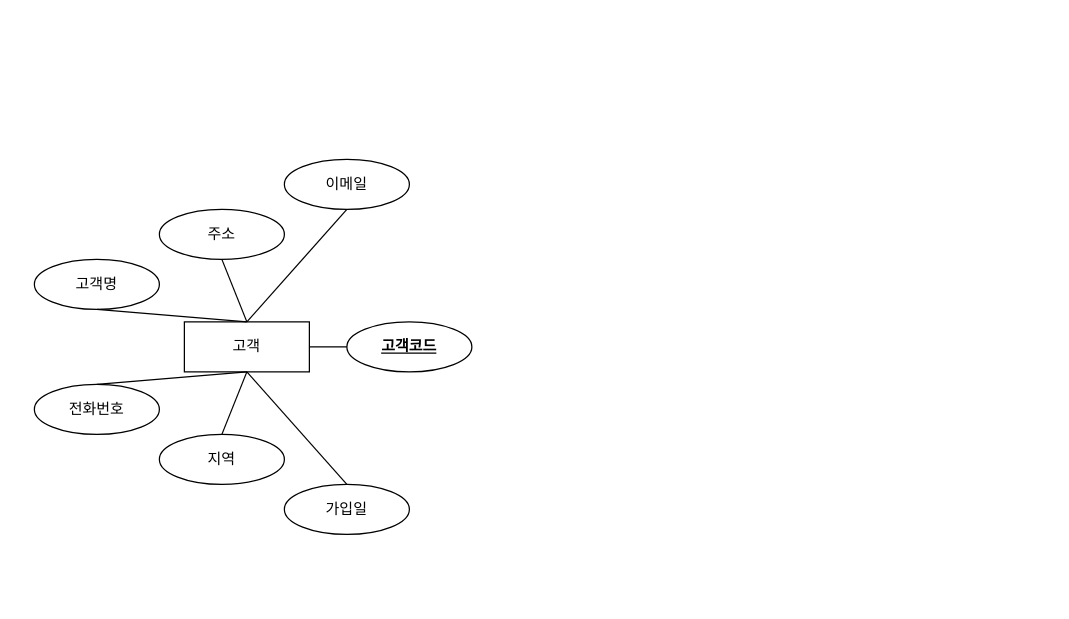
Earlier version of the draw.io diagram page "페이지-1" (1 of 2) of 제목 없는 다이어그램.drawio (jhch1116/ai8erd1). Source tidied: cells renumbered, new cells numbered last; positions are measured from the earlier drawing's top-left corner, leaving out a move shared by most shapes. Both pictures are drawn from the tidied source at 125%, with x=0, y=0 at pixel (34, 159).
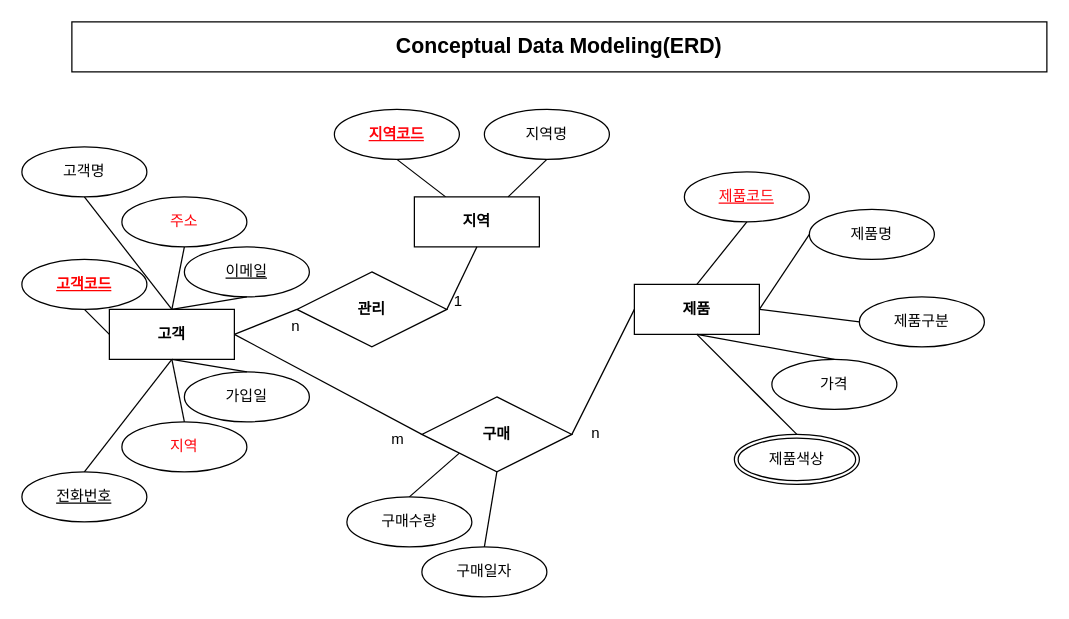
The same page after the edit.

Commit message:
제목 없는 다이어그램.drawio 업데이트

Diff of the diagram source:
```diff
@@
-    <mxCell id="2" value="고객" style="whiteSpace=wrap;html=1;align=center;" parent="1" vertex="1">
-      <mxGeometry x="120" y="130" width="100" height="40" as="geometry" />
+    <mxCell id="2" value="고객" style="whiteSpace=wrap;html=1;align=center;fontStyle=1;" parent="1" vertex="1">
+      <mxGeometry x="60" y="120" width="100" height="40" as="geometry" />
     </mxCell>
     <mxCell id="3" value="고객명" style="ellipse;whiteSpace=wrap;html=1;align=center;" parent="1" vertex="1">
-      <mxGeometry y="80" width="100" height="40" as="geometry" />
+      <mxGeometry x="-10" y="-10" width="100" height="40" as="geometry" />
     </mxCell>
@@
-    <mxCell id="5" value="주소&lt;br&gt;" style="ellipse;whiteSpace=wrap;html=1;align=center;" parent="1" vertex="1">
-      <mxGeometry x="100" y="40" width="100" height="40" as="geometry" />
+    <mxCell id="5" value="주소&lt;br&gt;" style="ellipse;whiteSpace=wrap;html=1;align=center;fontColor=#FF050D;" parent="1" vertex="1">
+      <mxGeometry x="70" y="30" width="100" height="40" as="geometry" />
     </mxCell>
-    <mxCell id="6" value="이메일&lt;br&gt;" style="ellipse;whiteSpace=wrap;html=1;align=center;" parent="1" vertex="1">
-      <mxGeometry x="200" width="100" height="40" as="geometry" />
+    <mxCell id="6" value="이메일&lt;br&gt;" style="ellipse;whiteSpace=wrap;html=1;align=center;fontStyle=4;" parent="1" vertex="1">
+      <mxGeometry x="120" y="70" width="100" height="40" as="geometry" />
     </mxCell>
-    <mxCell id="7" value="전화번호&lt;br&gt;" style="ellipse;whiteSpace=wrap;html=1;align=center;" parent="1" vertex="1">
-      <mxGeometry y="180" width="100" height="40" as="geometry" />
+    <mxCell id="7" value="전화번호&lt;br&gt;" style="ellipse;whiteSpace=wrap;html=1;align=center;fontStyle=4;" parent="1" vertex="1">
+      <mxGeometry x="-10" y="250" width="100" height="40" as="geometry" />
     </mxCell>
-    <mxCell id="8" value="지역&lt;br&gt;" style="ellipse;whiteSpace=wrap;html=1;align=center;" parent="1" vertex="1">
-      <mxGeometry x="100" y="220" width="100" height="40" as="geometry" />
+    <mxCell id="8" value="지역&lt;br&gt;" style="ellipse;whiteSpace=wrap;html=1;align=center;fontColor=#FF050D;" parent="1" vertex="1">
+      <mxGeometry x="70" y="210" width="100" height="40" as="geometry" />
     </mxCell>
     <mxCell id="9" value="가입일&lt;br&gt;" style="ellipse;whiteSpace=wrap;html=1;align=center;" parent="1" vertex="1">
-      <mxGeometry x="200" y="260" width="100" height="40" as="geometry" />
+      <mxGeometry x="120" y="170" width="100" height="40" as="geometry" />
     </mxCell>
@@
-    <mxCell id="11" style="endArrow=none;html=1;rounded=0;exitX=0.5;exitY=1;exitDx=0;exitDy=0;" parent="1" edge="1" source="6">
-      <mxGeometry relative="1" as="geometry">
-        <mxPoint x="170" y="130" as="targetPoint" />
-      </mxGeometry>
+    <mxCell id="11" style="endArrow=none;html=1;rounded=0;exitX=0.5;exitY=1;exitDx=0;exitDy=0;entryX=0.5;entryY=0;entryDx=0;entryDy=0;" parent="1" edge="1" source="6" target="2">
+      <mxGeometry relative="1" as="geometry" />
     </mxCell>
@@
-    <mxCell id="15" value="고객코드&lt;br&gt;" style="ellipse;whiteSpace=wrap;html=1;align=center;fontStyle=5;" parent="1" vertex="1">
-      <mxGeometry x="250" y="130" width="100" height="40" as="geometry" />
+    <mxCell id="15" value="고객코드&lt;br&gt;" style="ellipse;whiteSpace=wrap;html=1;align=center;fontStyle=5;fontColor=#ff0000;" parent="1" vertex="1">
+      <mxGeometry x="-10" y="80" width="100" height="40" as="geometry" />
     </mxCell>
-    <mxCell id="16" style="endArrow=none;html=1;rounded=0;exitX=1;exitY=0.5;exitDx=0;exitDy=0;entryX=0;entryY=0.5;entryDx=0;entryDy=0;" parent="1" edge="1" source="2" target="15">
+    <mxCell id="16" style="endArrow=none;html=1;rounded=0;exitX=0;exitY=0.5;exitDx=0;exitDy=0;entryX=0.5;entryY=1;entryDx=0;entryDy=0;" parent="1" edge="1" source="2" target="15">
       <mxGeometry relative="1" as="geometry" />
     </mxCell>
+    <mxCell id="17" style="endArrow=none;html=1;rounded=0;entryX=0.25;entryY=0;entryDx=0;entryDy=0;exitX=0.5;exitY=1;exitDx=0;exitDy=0;" parent="1" edge="1" source="20" target="18">
+      <mxGeometry relative="1" as="geometry" />
+    </mxCell>
+    <mxCell id="18" value="지역" style="whiteSpace=wrap;html=1;align=center;fontStyle=1;" parent="1" vertex="1">
+      <mxGeometry x="304" y="30" width="100" height="40" as="geometry" />
+    </mxCell>
+    <mxCell id="19" value="지역명&lt;br&gt;" style="ellipse;whiteSpace=wrap;html=1;align=center;" parent="1" vertex="1">
+      <mxGeometry x="360" y="-40" width="100" height="40" as="geometry" />
+    </mxCell>
+    <mxCell id="20" value="지역코드&lt;br&gt;" style="ellipse;whiteSpace=wrap;html=1;align=center;fontStyle=5;fontColor=#FF050D;" parent="1" vertex="1">
+      <mxGeometry x="240" y="-40" width="100" height="40" as="geometry" />
+    </mxCell>
+    <mxCell id="21" value="제품" style="whiteSpace=wrap;html=1;align=center;fontStyle=1;" parent="1" vertex="1">
+      <mxGeometry x="480" y="100" width="100" height="40" as="geometry" />
+    </mxCell>
+    <mxCell id="22" style="edgeStyle=orthogonalEdgeStyle;rounded=0;orthogonalLoop=1;jettySize=auto;html=1;exitX=0.5;exitY=1;exitDx=0;exitDy=0;" parent="1" edge="1" source="20" target="20">
+      <mxGeometry relative="1" as="geometry" />
+    </mxCell>
+    <mxCell id="23" style="endArrow=none;html=1;rounded=0;entryX=0.75;entryY=0;entryDx=0;entryDy=0;exitX=0.5;exitY=1;exitDx=0;exitDy=0;" parent="1" edge="1" source="19" target="18">
+      <mxGeometry relative="1" as="geometry" />
+    </mxCell>
+    <mxCell id="24" value="제품코드&lt;br&gt;" style="ellipse;whiteSpace=wrap;html=1;align=center;fontStyle=4;fontColor=#FF050D;" parent="1" vertex="1">
+      <mxGeometry x="520" y="10" width="100" height="40" as="geometry" />
+    </mxCell>
+    <mxCell id="25" value="제품명&lt;br&gt;" style="ellipse;whiteSpace=wrap;html=1;align=center;" parent="1" vertex="1">
+      <mxGeometry x="620" y="40" width="100" height="40" as="geometry" />
+    </mxCell>
+    <mxCell id="26" value="제품구분&lt;br&gt;" style="ellipse;whiteSpace=wrap;html=1;align=center;" parent="1" vertex="1">
+      <mxGeometry x="660" y="110" width="100" height="40" as="geometry" />
+    </mxCell>
+    <mxCell id="27" value="가격&lt;br&gt;" style="ellipse;whiteSpace=wrap;html=1;align=center;" parent="1" vertex="1">
+      <mxGeometry x="590" y="160" width="100" height="40" as="geometry" />
+    </mxCell>
+    <mxCell id="28" value="제품색상" style="ellipse;shape=doubleEllipse;margin=3;whiteSpace=wrap;html=1;align=center;" parent="1" vertex="1">
+      <mxGeometry x="560" y="220" width="100" height="40" as="geometry" />
+    </mxCell>
+    <mxCell id="29" style="endArrow=none;html=1;rounded=0;entryX=0.5;entryY=0;entryDx=0;entryDy=0;exitX=0.5;exitY=1;exitDx=0;exitDy=0;" parent="1" edge="1" source="24" target="21">
+      <mxGeometry relative="1" as="geometry" />
+    </mxCell>
+    <mxCell id="30" style="endArrow=none;html=1;rounded=0;entryX=1;entryY=0.5;entryDx=0;entryDy=0;exitX=0;exitY=0.5;exitDx=0;exitDy=0;" parent="1" edge="1" source="25" target="21">
+      <mxGeometry relative="1" as="geometry" />
+    </mxCell>
+    <mxCell id="31" style="endArrow=none;html=1;rounded=0;exitX=0.5;exitY=0;exitDx=0;exitDy=0;entryX=0.5;entryY=1;entryDx=0;entryDy=0;" parent="1" edge="1" source="28" target="21">
+      <mxGeometry relative="1" as="geometry" />
+    </mxCell>
+    <mxCell id="32" style="endArrow=none;html=1;rounded=0;exitX=0.5;exitY=0;exitDx=0;exitDy=0;entryX=0.5;entryY=1;entryDx=0;entryDy=0;" parent="1" edge="1" source="27" target="21">
+      <mxGeometry relative="1" as="geometry" />
+    </mxCell>
+    <mxCell id="33" style="endArrow=none;html=1;rounded=0;exitX=0;exitY=0.5;exitDx=0;exitDy=0;entryX=1;entryY=0.5;entryDx=0;entryDy=0;" parent="1" edge="1" source="26" target="21">
+      <mxGeometry relative="1" as="geometry" />
+    </mxCell>
+    <mxCell id="34" value="구매" style="shape=rhombus;perimeter=rhombusPerimeter;whiteSpace=wrap;html=1;align=center;fontStyle=1;" parent="1" vertex="1">
+      <mxGeometry x="310" y="190" width="120" height="60" as="geometry" />
+    </mxCell>
+    <mxCell id="35" value="구매수량&lt;br&gt;" style="ellipse;whiteSpace=wrap;html=1;align=center;" parent="1" vertex="1">
+      <mxGeometry x="250" y="270" width="100" height="40" as="geometry" />
+    </mxCell>
+    <mxCell id="36" value="구매일자&lt;br&gt;" style="ellipse;whiteSpace=wrap;html=1;align=center;" parent="1" vertex="1">
+      <mxGeometry x="310" y="310" width="100" height="40" as="geometry" />
+    </mxCell>
+    <mxCell id="37" style="endArrow=none;html=1;rounded=0;exitX=0.5;exitY=0;exitDx=0;exitDy=0;entryX=0;entryY=1;entryDx=0;entryDy=0;" parent="1" edge="1" source="35" target="34">
+      <mxGeometry relative="1" as="geometry" />
+    </mxCell>
+    <mxCell id="38" style="endArrow=none;html=1;rounded=0;exitX=0.5;exitY=0;exitDx=0;exitDy=0;entryX=0.5;entryY=1;entryDx=0;entryDy=0;" parent="1" edge="1" source="36" target="34">
+      <mxGeometry relative="1" as="geometry" />
+    </mxCell>
+    <mxCell id="39" style="endArrow=none;html=1;rounded=0;exitX=0;exitY=0.5;exitDx=0;exitDy=0;entryX=1;entryY=0.5;entryDx=0;entryDy=0;" parent="1" edge="1" source="34" target="2">
+      <mxGeometry relative="1" as="geometry" />
+    </mxCell>
+    <mxCell id="40" style="endArrow=none;html=1;rounded=0;exitX=1;exitY=0.5;exitDx=0;exitDy=0;entryX=0;entryY=0.5;entryDx=0;entryDy=0;" parent="1" edge="1" source="34" target="21">
+      <mxGeometry relative="1" as="geometry" />
+    </mxCell>
+    <mxCell id="41" value="관리" style="shape=rhombus;perimeter=rhombusPerimeter;whiteSpace=wrap;html=1;align=center;fontStyle=1;" parent="1" vertex="1">
+      <mxGeometry x="210" y="90" width="120" height="60" as="geometry" />
+    </mxCell>
+    <mxCell id="42" style="endArrow=none;html=1;rounded=0;exitX=0;exitY=0.5;exitDx=0;exitDy=0;entryX=1;entryY=0.5;entryDx=0;entryDy=0;" parent="1" edge="1" source="41" target="2">
+      <mxGeometry relative="1" as="geometry" />
+    </mxCell>
+    <mxCell id="43" style="endArrow=none;html=1;rounded=0;exitX=1;exitY=0.5;exitDx=0;exitDy=0;entryX=0.5;entryY=1;entryDx=0;entryDy=0;" parent="1" edge="1" source="41" target="18">
+      <mxGeometry relative="1" as="geometry" />
+    </mxCell>
+    <mxCell id="44" value="&lt;font style=&quot;font-size: 17px;&quot;&gt;Conceptual Data Modeling(ERD)&lt;/font&gt;" style="whiteSpace=wrap;html=1;align=center;fontStyle=1;" parent="1" vertex="1">
+      <mxGeometry x="30" y="-110" width="780" height="40" as="geometry" />
+    </mxCell>
+    <mxCell id="45" value="1" style="text;strokeColor=none;fillColor=none;spacingLeft=4;spacingRight=4;overflow=hidden;fontSize=12;whiteSpace=wrap;html=1;" parent="1" vertex="1">
+      <mxGeometry x="330" y="100" width="40" height="30" as="geometry" />
+    </mxCell>
+    <mxCell id="46" value="n" style="text;strokeColor=none;fillColor=none;spacingLeft=4;spacingRight=4;overflow=hidden;fontSize=12;whiteSpace=wrap;html=1;" parent="1" vertex="1">
+      <mxGeometry x="200" y="120" width="40" height="30" as="geometry" />
+    </mxCell>
+    <mxCell id="47" value="n" style="text;strokeColor=none;fillColor=none;spacingLeft=4;spacingRight=4;overflow=hidden;fontSize=12;whiteSpace=wrap;html=1;" parent="1" vertex="1">
+      <mxGeometry x="440" y="205" width="40" height="30" as="geometry" />
+    </mxCell>
+    <mxCell id="48" value="m" style="text;strokeColor=none;fillColor=none;spacingLeft=4;spacingRight=4;overflow=hidden;fontSize=12;whiteSpace=wrap;html=1;" parent="1" vertex="1">
+      <mxGeometry x="280" y="210" width="40" height="30" as="geometry" />
+    </mxCell>
```
